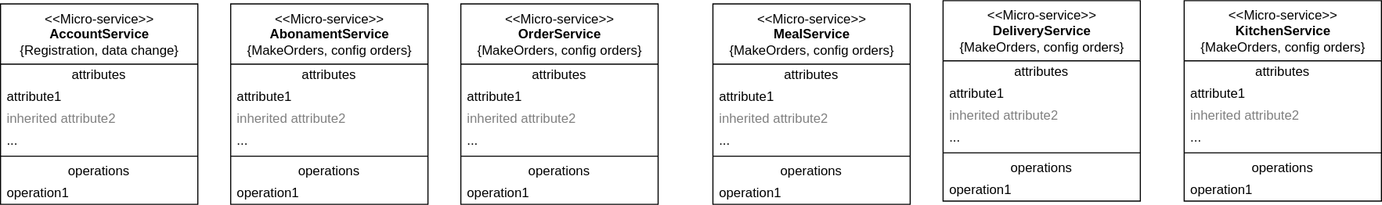
The draw.io diagram assets/Catering.svg in tomdud-developer/OurKitchenYourHealth, before a commit. Source tidied: cells renumbered, new cells last; positions are measured from the earlier drawing's top-left corner, leaving out a move shared by most shapes. Source of this version:
```xml
<mxGraphModel>
  <root>
    <mxCell id="0" />
    <mxCell id="1" parent="0" />
    <mxCell id="2" value="&amp;lt;&amp;lt;Micro-service&amp;gt;&amp;gt;&lt;br&gt;&lt;b&gt;AccountService&lt;/b&gt;&lt;br&gt;{Registration, data change}" style="swimlane;fontStyle=0;align=center;verticalAlign=top;horizontal=1;startSize=55;html=1;" parent="1" vertex="1">
      <mxGeometry y="3" width="180" height="183" as="geometry" />
    </mxCell>
    <mxCell id="3" value="attributes" style="text;html=1;strokeColor=none;fillColor=none;align=center;verticalAlign=middle;spacingLeft=4;spacingRight=4;overflow=hidden;" parent="2" vertex="1">
      <mxGeometry y="55" width="180" height="20" as="geometry" />
    </mxCell>
    <mxCell id="4" value="attribute1" style="text;html=1;strokeColor=none;fillColor=none;align=left;verticalAlign=middle;spacingLeft=4;spacingRight=4;overflow=hidden;" parent="2" vertex="1">
      <mxGeometry y="75" width="180" height="20" as="geometry" />
    </mxCell>
    <mxCell id="5" value="inherited attribute2" style="text;html=1;strokeColor=none;fillColor=none;align=left;verticalAlign=middle;spacingLeft=4;spacingRight=4;overflow=hidden;fontColor=#808080;" parent="2" vertex="1">
      <mxGeometry y="95" width="180" height="20" as="geometry" />
    </mxCell>
    <mxCell id="6" value="..." style="text;html=1;strokeColor=none;fillColor=none;align=left;verticalAlign=middle;spacingLeft=4;spacingRight=4;overflow=hidden;" parent="2" vertex="1">
      <mxGeometry y="115" width="180" height="20" as="geometry" />
    </mxCell>
    <mxCell id="7" style="line;strokeWidth=1;fillColor=none;align=left;verticalAlign=middle;spacingTop=-1;spacingLeft=3;spacingRight=3;labelPosition=right;" parent="2" vertex="1">
      <mxGeometry y="135" width="180" height="8" as="geometry" />
    </mxCell>
    <mxCell id="8" value="operations" style="text;html=1;strokeColor=none;fillColor=none;align=center;verticalAlign=middle;spacingLeft=4;spacingRight=4;overflow=hidden;" parent="2" vertex="1">
      <mxGeometry y="143" width="180" height="20" as="geometry" />
    </mxCell>
    <mxCell id="9" value="operation1" style="text;html=1;strokeColor=none;fillColor=none;align=left;verticalAlign=middle;spacingLeft=4;spacingRight=4;overflow=hidden;" parent="2" vertex="1">
      <mxGeometry y="163" width="180" height="20" as="geometry" />
    </mxCell>
    <mxCell id="10" value="&amp;lt;&amp;lt;Micro-service&amp;gt;&amp;gt;&lt;br&gt;&lt;b&gt;AbonamentService&lt;/b&gt;&lt;br&gt;{MakeOrders, config orders}" style="swimlane;fontStyle=0;align=center;verticalAlign=top;horizontal=1;startSize=55;html=1;" parent="1" vertex="1">
      <mxGeometry x="210" y="3" width="180" height="183" as="geometry" />
    </mxCell>
    <mxCell id="11" value="attributes" style="text;html=1;strokeColor=none;fillColor=none;align=center;verticalAlign=middle;spacingLeft=4;spacingRight=4;overflow=hidden;" parent="10" vertex="1">
      <mxGeometry y="55" width="180" height="20" as="geometry" />
    </mxCell>
    <mxCell id="12" value="attribute1" style="text;html=1;strokeColor=none;fillColor=none;align=left;verticalAlign=middle;spacingLeft=4;spacingRight=4;overflow=hidden;" parent="10" vertex="1">
      <mxGeometry y="75" width="180" height="20" as="geometry" />
    </mxCell>
    <mxCell id="13" value="inherited attribute2" style="text;html=1;strokeColor=none;fillColor=none;align=left;verticalAlign=middle;spacingLeft=4;spacingRight=4;overflow=hidden;fontColor=#808080;" parent="10" vertex="1">
      <mxGeometry y="95" width="180" height="20" as="geometry" />
    </mxCell>
    <mxCell id="14" value="..." style="text;html=1;strokeColor=none;fillColor=none;align=left;verticalAlign=middle;spacingLeft=4;spacingRight=4;overflow=hidden;" parent="10" vertex="1">
      <mxGeometry y="115" width="180" height="20" as="geometry" />
    </mxCell>
    <mxCell id="15" style="line;strokeWidth=1;fillColor=none;align=left;verticalAlign=middle;spacingTop=-1;spacingLeft=3;spacingRight=3;labelPosition=right;" parent="10" vertex="1">
      <mxGeometry y="135" width="180" height="8" as="geometry" />
    </mxCell>
    <mxCell id="16" value="operations" style="text;html=1;strokeColor=none;fillColor=none;align=center;verticalAlign=middle;spacingLeft=4;spacingRight=4;overflow=hidden;" parent="10" vertex="1">
      <mxGeometry y="143" width="180" height="20" as="geometry" />
    </mxCell>
    <mxCell id="17" value="operation1" style="text;html=1;strokeColor=none;fillColor=none;align=left;verticalAlign=middle;spacingLeft=4;spacingRight=4;overflow=hidden;" parent="10" vertex="1">
      <mxGeometry y="163" width="180" height="20" as="geometry" />
    </mxCell>
    <mxCell id="18" value="&amp;lt;&amp;lt;Micro-service&amp;gt;&amp;gt;&lt;br&gt;&lt;b&gt;OrderService&lt;/b&gt;&lt;br&gt;{MakeOrders, config orders}" style="swimlane;fontStyle=0;align=center;verticalAlign=top;horizontal=1;startSize=55;html=1;" parent="1" vertex="1">
      <mxGeometry x="420" y="3" width="180" height="183" as="geometry" />
    </mxCell>
    <mxCell id="19" value="attributes" style="text;html=1;strokeColor=none;fillColor=none;align=center;verticalAlign=middle;spacingLeft=4;spacingRight=4;overflow=hidden;" parent="18" vertex="1">
      <mxGeometry y="55" width="180" height="20" as="geometry" />
    </mxCell>
    <mxCell id="20" value="attribute1" style="text;html=1;strokeColor=none;fillColor=none;align=left;verticalAlign=middle;spacingLeft=4;spacingRight=4;overflow=hidden;" parent="18" vertex="1">
      <mxGeometry y="75" width="180" height="20" as="geometry" />
    </mxCell>
    <mxCell id="21" value="inherited attribute2" style="text;html=1;strokeColor=none;fillColor=none;align=left;verticalAlign=middle;spacingLeft=4;spacingRight=4;overflow=hidden;fontColor=#808080;" parent="18" vertex="1">
      <mxGeometry y="95" width="180" height="20" as="geometry" />
    </mxCell>
    <mxCell id="22" value="..." style="text;html=1;strokeColor=none;fillColor=none;align=left;verticalAlign=middle;spacingLeft=4;spacingRight=4;overflow=hidden;" parent="18" vertex="1">
      <mxGeometry y="115" width="180" height="20" as="geometry" />
    </mxCell>
    <mxCell id="23" style="line;strokeWidth=1;fillColor=none;align=left;verticalAlign=middle;spacingTop=-1;spacingLeft=3;spacingRight=3;labelPosition=right;" parent="18" vertex="1">
      <mxGeometry y="135" width="180" height="8" as="geometry" />
    </mxCell>
    <mxCell id="24" value="operations" style="text;html=1;strokeColor=none;fillColor=none;align=center;verticalAlign=middle;spacingLeft=4;spacingRight=4;overflow=hidden;" parent="18" vertex="1">
      <mxGeometry y="143" width="180" height="20" as="geometry" />
    </mxCell>
    <mxCell id="25" value="operation1" style="text;html=1;strokeColor=none;fillColor=none;align=left;verticalAlign=middle;spacingLeft=4;spacingRight=4;overflow=hidden;" parent="18" vertex="1">
      <mxGeometry y="163" width="180" height="20" as="geometry" />
    </mxCell>
    <mxCell id="26" value="&amp;lt;&amp;lt;Micro-service&amp;gt;&amp;gt;&lt;br&gt;&lt;b&gt;MealService&lt;/b&gt;&lt;br&gt;{MakeOrders, config orders}" style="swimlane;fontStyle=0;align=center;verticalAlign=top;horizontal=1;startSize=55;html=1;" parent="1" vertex="1">
      <mxGeometry x="650" y="3" width="180" height="183" as="geometry" />
    </mxCell>
    <mxCell id="27" value="attributes" style="text;html=1;strokeColor=none;fillColor=none;align=center;verticalAlign=middle;spacingLeft=4;spacingRight=4;overflow=hidden;" parent="26" vertex="1">
      <mxGeometry y="55" width="180" height="20" as="geometry" />
    </mxCell>
    <mxCell id="28" value="attribute1" style="text;html=1;strokeColor=none;fillColor=none;align=left;verticalAlign=middle;spacingLeft=4;spacingRight=4;overflow=hidden;" parent="26" vertex="1">
      <mxGeometry y="75" width="180" height="20" as="geometry" />
    </mxCell>
    <mxCell id="29" value="inherited attribute2" style="text;html=1;strokeColor=none;fillColor=none;align=left;verticalAlign=middle;spacingLeft=4;spacingRight=4;overflow=hidden;fontColor=#808080;" parent="26" vertex="1">
      <mxGeometry y="95" width="180" height="20" as="geometry" />
    </mxCell>
    <mxCell id="30" value="..." style="text;html=1;strokeColor=none;fillColor=none;align=left;verticalAlign=middle;spacingLeft=4;spacingRight=4;overflow=hidden;" parent="26" vertex="1">
      <mxGeometry y="115" width="180" height="20" as="geometry" />
    </mxCell>
    <mxCell id="31" style="line;strokeWidth=1;fillColor=none;align=left;verticalAlign=middle;spacingTop=-1;spacingLeft=3;spacingRight=3;labelPosition=right;" parent="26" vertex="1">
      <mxGeometry y="135" width="180" height="8" as="geometry" />
    </mxCell>
    <mxCell id="32" value="operations" style="text;html=1;strokeColor=none;fillColor=none;align=center;verticalAlign=middle;spacingLeft=4;spacingRight=4;overflow=hidden;" parent="26" vertex="1">
      <mxGeometry y="143" width="180" height="20" as="geometry" />
    </mxCell>
    <mxCell id="33" value="operation1" style="text;html=1;strokeColor=none;fillColor=none;align=left;verticalAlign=middle;spacingLeft=4;spacingRight=4;overflow=hidden;" parent="26" vertex="1">
      <mxGeometry y="163" width="180" height="20" as="geometry" />
    </mxCell>
    <mxCell id="34" value="&amp;lt;&amp;lt;Micro-service&amp;gt;&amp;gt;&lt;br&gt;&lt;b&gt;DeliveryService&lt;/b&gt;&lt;br&gt;{MakeOrders, config orders}" style="swimlane;fontStyle=0;align=center;verticalAlign=top;horizontal=1;startSize=55;html=1;" parent="1" vertex="1">
      <mxGeometry x="860" width="180" height="183" as="geometry" />
    </mxCell>
    <mxCell id="35" value="attributes" style="text;html=1;strokeColor=none;fillColor=none;align=center;verticalAlign=middle;spacingLeft=4;spacingRight=4;overflow=hidden;" parent="34" vertex="1">
      <mxGeometry y="55" width="180" height="20" as="geometry" />
    </mxCell>
    <mxCell id="36" value="attribute1" style="text;html=1;strokeColor=none;fillColor=none;align=left;verticalAlign=middle;spacingLeft=4;spacingRight=4;overflow=hidden;" parent="34" vertex="1">
      <mxGeometry y="75" width="180" height="20" as="geometry" />
    </mxCell>
    <mxCell id="37" value="inherited attribute2" style="text;html=1;strokeColor=none;fillColor=none;align=left;verticalAlign=middle;spacingLeft=4;spacingRight=4;overflow=hidden;fontColor=#808080;" parent="34" vertex="1">
      <mxGeometry y="95" width="180" height="20" as="geometry" />
    </mxCell>
    <mxCell id="38" value="..." style="text;html=1;strokeColor=none;fillColor=none;align=left;verticalAlign=middle;spacingLeft=4;spacingRight=4;overflow=hidden;" parent="34" vertex="1">
      <mxGeometry y="115" width="180" height="20" as="geometry" />
    </mxCell>
    <mxCell id="39" style="line;strokeWidth=1;fillColor=none;align=left;verticalAlign=middle;spacingTop=-1;spacingLeft=3;spacingRight=3;labelPosition=right;" parent="34" vertex="1">
      <mxGeometry y="135" width="180" height="8" as="geometry" />
    </mxCell>
    <mxCell id="40" value="operations" style="text;html=1;strokeColor=none;fillColor=none;align=center;verticalAlign=middle;spacingLeft=4;spacingRight=4;overflow=hidden;" parent="34" vertex="1">
      <mxGeometry y="143" width="180" height="20" as="geometry" />
    </mxCell>
    <mxCell id="41" value="operation1" style="text;html=1;strokeColor=none;fillColor=none;align=left;verticalAlign=middle;spacingLeft=4;spacingRight=4;overflow=hidden;" parent="34" vertex="1">
      <mxGeometry y="163" width="180" height="20" as="geometry" />
    </mxCell>
    <mxCell id="42" value="&amp;lt;&amp;lt;Micro-service&amp;gt;&amp;gt;&lt;br&gt;&lt;b&gt;KitchenService&lt;/b&gt;&lt;br&gt;{MakeOrders, config orders}" style="swimlane;fontStyle=0;align=center;verticalAlign=top;horizontal=1;startSize=55;html=1;" parent="1" vertex="1">
      <mxGeometry x="1080" width="180" height="183" as="geometry" />
    </mxCell>
    <mxCell id="43" value="attributes" style="text;html=1;strokeColor=none;fillColor=none;align=center;verticalAlign=middle;spacingLeft=4;spacingRight=4;overflow=hidden;" parent="42" vertex="1">
      <mxGeometry y="55" width="180" height="20" as="geometry" />
    </mxCell>
    <mxCell id="44" value="attribute1" style="text;html=1;strokeColor=none;fillColor=none;align=left;verticalAlign=middle;spacingLeft=4;spacingRight=4;overflow=hidden;" parent="42" vertex="1">
      <mxGeometry y="75" width="180" height="20" as="geometry" />
    </mxCell>
    <mxCell id="45" value="inherited attribute2" style="text;html=1;strokeColor=none;fillColor=none;align=left;verticalAlign=middle;spacingLeft=4;spacingRight=4;overflow=hidden;fontColor=#808080;" parent="42" vertex="1">
      <mxGeometry y="95" width="180" height="20" as="geometry" />
    </mxCell>
    <mxCell id="46" value="..." style="text;html=1;strokeColor=none;fillColor=none;align=left;verticalAlign=middle;spacingLeft=4;spacingRight=4;overflow=hidden;" parent="42" vertex="1">
      <mxGeometry y="115" width="180" height="20" as="geometry" />
    </mxCell>
    <mxCell id="47" style="line;strokeWidth=1;fillColor=none;align=left;verticalAlign=middle;spacingTop=-1;spacingLeft=3;spacingRight=3;labelPosition=right;" parent="42" vertex="1">
      <mxGeometry y="135" width="180" height="8" as="geometry" />
    </mxCell>
    <mxCell id="48" value="operations" style="text;html=1;strokeColor=none;fillColor=none;align=center;verticalAlign=middle;spacingLeft=4;spacingRight=4;overflow=hidden;" parent="42" vertex="1">
      <mxGeometry y="143" width="180" height="20" as="geometry" />
    </mxCell>
    <mxCell id="49" value="operation1" style="text;html=1;strokeColor=none;fillColor=none;align=left;verticalAlign=middle;spacingLeft=4;spacingRight=4;overflow=hidden;" parent="42" vertex="1">
      <mxGeometry y="163" width="180" height="20" as="geometry" />
    </mxCell>
  </root>
</mxGraphModel>
```
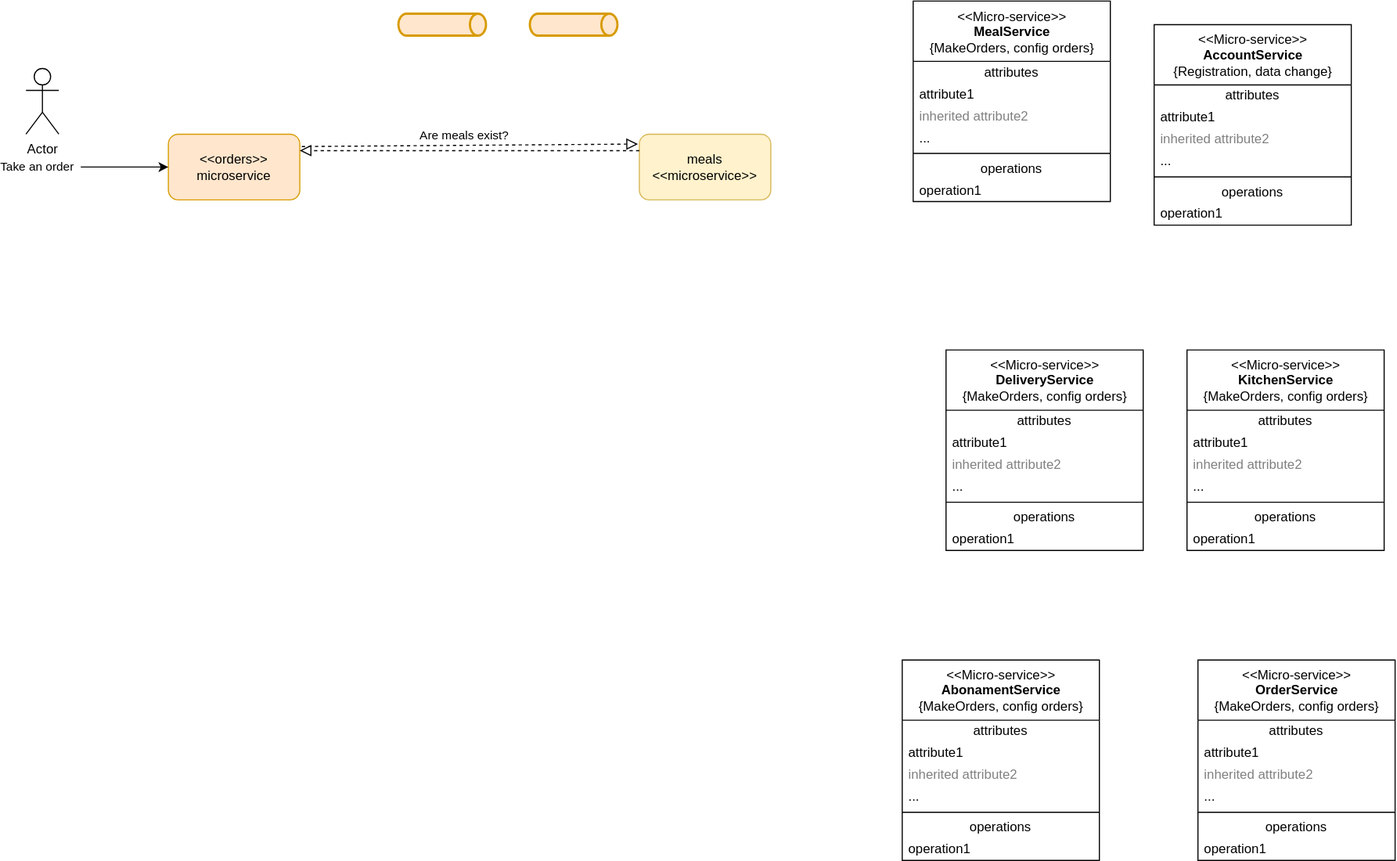
Above is the later version.

Change to the diagram source:
```diff
@@ -3,7 +3,7 @@
     <mxCell id="0" />
     <mxCell id="1" parent="0" />
     <mxCell id="2" value="&amp;lt;&amp;lt;Micro-service&amp;gt;&amp;gt;&lt;br&gt;&lt;b&gt;AccountService&lt;/b&gt;&lt;br&gt;{Registration, data change}" style="swimlane;fontStyle=0;align=center;verticalAlign=top;horizontal=1;startSize=55;html=1;" parent="1" vertex="1">
-      <mxGeometry y="3" width="180" height="183" as="geometry" />
+      <mxGeometry x="1050" y="-297" width="180" height="183" as="geometry" />
     </mxCell>
     <mxCell id="3" value="attributes" style="text;html=1;strokeColor=none;fillColor=none;align=center;verticalAlign=middle;spacingLeft=4;spacingRight=4;overflow=hidden;" parent="2" vertex="1">
       <mxGeometry y="55" width="180" height="20" as="geometry" />
@@ -27,7 +27,7 @@
       <mxGeometry y="163" width="180" height="20" as="geometry" />
     </mxCell>
     <mxCell id="10" value="&amp;lt;&amp;lt;Micro-service&amp;gt;&amp;gt;&lt;br&gt;&lt;b&gt;AbonamentService&lt;/b&gt;&lt;br&gt;{MakeOrders, config orders}" style="swimlane;fontStyle=0;align=center;verticalAlign=top;horizontal=1;startSize=55;html=1;" parent="1" vertex="1">
-      <mxGeometry x="210" y="3" width="180" height="183" as="geometry" />
+      <mxGeometry x="820" y="283" width="180" height="183" as="geometry" />
     </mxCell>
     <mxCell id="11" value="attributes" style="text;html=1;strokeColor=none;fillColor=none;align=center;verticalAlign=middle;spacingLeft=4;spacingRight=4;overflow=hidden;" parent="10" vertex="1">
       <mxGeometry y="55" width="180" height="20" as="geometry" />
@@ -51,7 +51,7 @@
       <mxGeometry y="163" width="180" height="20" as="geometry" />
     </mxCell>
     <mxCell id="18" value="&amp;lt;&amp;lt;Micro-service&amp;gt;&amp;gt;&lt;br&gt;&lt;b&gt;OrderService&lt;/b&gt;&lt;br&gt;{MakeOrders, config orders}" style="swimlane;fontStyle=0;align=center;verticalAlign=top;horizontal=1;startSize=55;html=1;" parent="1" vertex="1">
-      <mxGeometry x="420" y="3" width="180" height="183" as="geometry" />
+      <mxGeometry x="1090" y="283" width="180" height="183" as="geometry" />
     </mxCell>
     <mxCell id="19" value="attributes" style="text;html=1;strokeColor=none;fillColor=none;align=center;verticalAlign=middle;spacingLeft=4;spacingRight=4;overflow=hidden;" parent="18" vertex="1">
       <mxGeometry y="55" width="180" height="20" as="geometry" />
@@ -75,7 +75,7 @@
       <mxGeometry y="163" width="180" height="20" as="geometry" />
     </mxCell>
     <mxCell id="26" value="&amp;lt;&amp;lt;Micro-service&amp;gt;&amp;gt;&lt;br&gt;&lt;b&gt;MealService&lt;/b&gt;&lt;br&gt;{MakeOrders, config orders}" style="swimlane;fontStyle=0;align=center;verticalAlign=top;horizontal=1;startSize=55;html=1;" parent="1" vertex="1">
-      <mxGeometry x="650" y="3" width="180" height="183" as="geometry" />
+      <mxGeometry x="830" y="-318.5" width="180" height="183" as="geometry" />
     </mxCell>
     <mxCell id="27" value="attributes" style="text;html=1;strokeColor=none;fillColor=none;align=center;verticalAlign=middle;spacingLeft=4;spacingRight=4;overflow=hidden;" parent="26" vertex="1">
       <mxGeometry y="55" width="180" height="20" as="geometry" />
@@ -146,5 +146,41 @@
     <mxCell id="49" value="operation1" style="text;html=1;strokeColor=none;fillColor=none;align=left;verticalAlign=middle;spacingLeft=4;spacingRight=4;overflow=hidden;" parent="42" vertex="1">
       <mxGeometry y="163" width="180" height="20" as="geometry" />
     </mxCell>
+    <mxCell id="50" value="&amp;lt;&amp;lt;orders&amp;gt;&amp;gt;&lt;br&gt;microservice" style="rounded=1;whiteSpace=wrap;html=1;fillColor=#ffe6cc;strokeColor=#d79b00;" parent="1" vertex="1">
+      <mxGeometry x="150" y="-197" width="120" height="60" as="geometry" />
+    </mxCell>
+    <mxCell id="51" style="endArrow=classic;html=1;rounded=0;entryX=0;entryY=0.5;entryDx=0;entryDy=0;" parent="1" edge="1" target="50">
+      <mxGeometry relative="1" as="geometry">
+        <mxPoint x="70" y="-167" as="sourcePoint" />
+      </mxGeometry>
+    </mxCell>
+    <mxCell id="52" value="Take an order" style="edgeLabel;html=1;align=center;verticalAlign=middle;" parent="51" vertex="1">
+      <mxGeometry x="-0.58" y="-1" relative="1" as="geometry">
+        <mxPoint x="-57" y="-1" as="offset" />
+      </mxGeometry>
+    </mxCell>
+    <mxCell id="53" value="meals&lt;br&gt;&amp;lt;&amp;lt;microservice&amp;gt;&amp;gt;" style="rounded=1;whiteSpace=wrap;html=1;fillColor=#fff2cc;strokeColor=#d6b656;" parent="1" vertex="1">
+      <mxGeometry x="580" y="-197" width="120" height="60" as="geometry" />
+    </mxCell>
+    <mxCell id="54" value="Actor" style="shape=umlActor;verticalLabelPosition=bottom;verticalAlign=top;html=1;" parent="1" vertex="1">
+      <mxGeometry x="20" y="-257" width="30" height="60" as="geometry" />
+    </mxCell>
+    <mxCell id="55" style="strokeWidth=2;html=1;shape=mxgraph.flowchart.direct_data;whiteSpace=wrap;fillColor=#ffe6cc;strokeColor=#d79b00;" parent="1" vertex="1">
+      <mxGeometry x="360" y="-307" width="80" height="20" as="geometry" />
+    </mxCell>
+    <mxCell id="56" style="strokeWidth=2;html=1;shape=mxgraph.flowchart.direct_data;whiteSpace=wrap;fillColor=#ffe6cc;strokeColor=#d79b00;rotation=0;" parent="1" vertex="1">
+      <mxGeometry x="480" y="-307" width="80" height="20" as="geometry" />
+    </mxCell>
+    <mxCell id="57" style="endArrow=block;startArrow=none;endFill=0;startFill=0;endSize=8;html=1;verticalAlign=bottom;dashed=1;labelBackgroundColor=none;rounded=0;exitX=1.015;exitY=0.188;exitDx=0;exitDy=0;exitPerimeter=0;entryX=-0.011;entryY=0.15;entryDx=0;entryDy=0;entryPerimeter=0;" parent="1" edge="1" source="50" target="53">
+      <mxGeometry relative="1" as="geometry" />
+    </mxCell>
+    <mxCell id="58" value="Are meals exist?" style="edgeLabel;html=1;align=center;verticalAlign=middle;" parent="57" vertex="1">
+      <mxGeometry x="-0.14" y="1" relative="1" as="geometry">
+        <mxPoint x="16" y="-9" as="offset" />
+      </mxGeometry>
+    </mxCell>
+    <mxCell id="59" style="endArrow=block;startArrow=none;endFill=0;startFill=0;endSize=8;html=1;verticalAlign=bottom;dashed=1;labelBackgroundColor=none;rounded=0;exitX=0;exitY=0.25;exitDx=0;exitDy=0;entryX=1;entryY=0.25;entryDx=0;entryDy=0;" parent="1" edge="1" source="53" target="50">
+      <mxGeometry relative="1" as="geometry" />
+    </mxCell>
   </root>
 </mxGraphModel>
```
